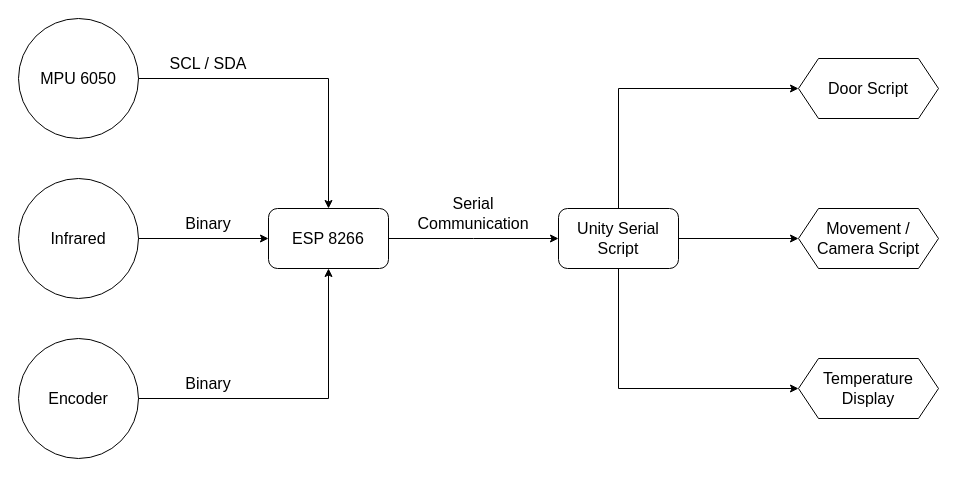
Before: Robotic_Sensors.drawio in frangonzalez98/hello-world, a draw.io diagram. Source tidied: cells renumbered, new cells numbered last; positions are measured from the earlier drawing's top-left corner, leaving out a move shared by most shapes. Both pictures are drawn from the tidied source at 100%, with x=0, y=0 at pixel (18, 18).
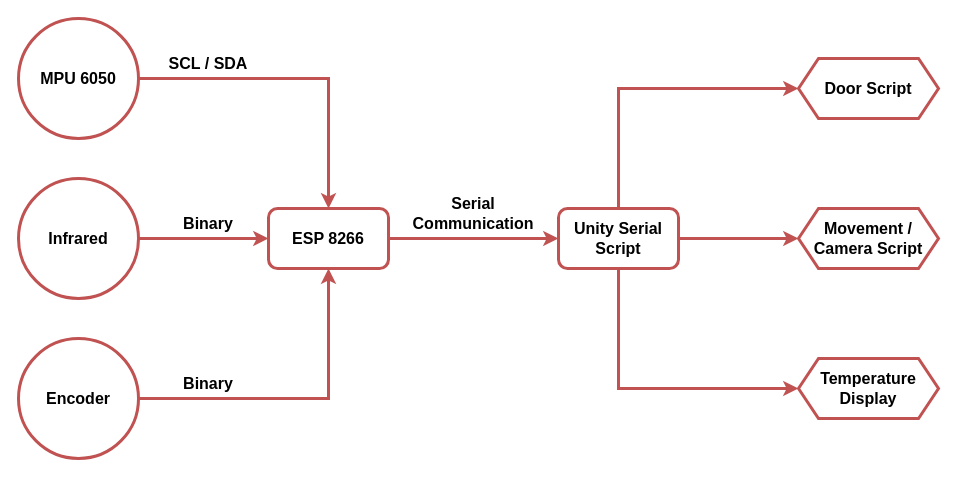
After the change.

What changed in the source:
```diff
@@
-    <mxCell id="2" style="edgeStyle=orthogonalEdgeStyle;rounded=0;jettySize=auto;html=1;entryX=0.5;entryY=0;entryDx=0;entryDy=0;fontSize=16;" parent="1" edge="1" source="3" target="9">
+    <mxCell id="2" style="edgeStyle=orthogonalEdgeStyle;rounded=0;jettySize=auto;html=1;entryX=0.5;entryY=0;entryDx=0;entryDy=0;fontSize=16;strokeWidth=3;strokeColor=#C15252;fontStyle=1;" parent="1" edge="1" source="3" target="9">
       <mxGeometry relative="1" as="geometry" />
     </mxCell>
-    <mxCell id="3" value="MPU 6050" style="ellipse;whiteSpace=wrap;html=1;fillColor=none;fontSize=16;" parent="1" vertex="1">
+    <mxCell id="3" value="MPU 6050" style="ellipse;whiteSpace=wrap;html=1;fillColor=none;fontSize=16;gradientColor=default;strokeWidth=3;strokeColor=#C15252;fontStyle=1;" parent="1" vertex="1">
       <mxGeometry width="120" height="120" as="geometry" />
     </mxCell>
-    <mxCell id="4" style="edgeStyle=orthogonalEdgeStyle;rounded=0;jettySize=auto;html=1;exitX=1;exitY=0.5;exitDx=0;exitDy=0;entryX=0;entryY=0.5;entryDx=0;entryDy=0;fontSize=16;" parent="1" edge="1" source="5" target="9">
+    <mxCell id="4" style="edgeStyle=orthogonalEdgeStyle;rounded=0;jettySize=auto;html=1;exitX=1;exitY=0.5;exitDx=0;exitDy=0;entryX=0;entryY=0.5;entryDx=0;entryDy=0;fontSize=16;strokeWidth=3;strokeColor=#C15252;fontStyle=1;" parent="1" edge="1" source="5" target="9">
       <mxGeometry relative="1" as="geometry" />
     </mxCell>
-    <mxCell id="5" value="Infrared" style="ellipse;whiteSpace=wrap;html=1;fillColor=none;fontSize=16;" parent="1" vertex="1">
+    <mxCell id="5" value="Infrared" style="ellipse;whiteSpace=wrap;html=1;fillColor=none;fontSize=16;strokeWidth=3;strokeColor=#C15252;fontStyle=1;" parent="1" vertex="1">
       <mxGeometry y="160" width="120" height="120" as="geometry" />
     </mxCell>
-    <mxCell id="6" style="edgeStyle=orthogonalEdgeStyle;rounded=0;jettySize=auto;html=1;exitX=1;exitY=0.5;exitDx=0;exitDy=0;entryX=0.5;entryY=1;entryDx=0;entryDy=0;fontSize=16;" parent="1" edge="1" source="7" target="9">
+    <mxCell id="6" style="edgeStyle=orthogonalEdgeStyle;rounded=0;jettySize=auto;html=1;exitX=1;exitY=0.5;exitDx=0;exitDy=0;entryX=0.5;entryY=1;entryDx=0;entryDy=0;fontSize=16;strokeWidth=3;strokeColor=#C15252;fontStyle=1;" parent="1" edge="1" source="7" target="9">
       <mxGeometry relative="1" as="geometry" />
     </mxCell>
-    <mxCell id="7" value="Encoder" style="ellipse;whiteSpace=wrap;html=1;fillColor=none;fontSize=16;" parent="1" vertex="1">
+    <mxCell id="7" value="Encoder" style="ellipse;whiteSpace=wrap;html=1;fillColor=none;fontSize=16;strokeWidth=3;strokeColor=#C15252;fontStyle=1;" parent="1" vertex="1">
       <mxGeometry y="320" width="120" height="120" as="geometry" />
     </mxCell>
-    <mxCell id="8" style="edgeStyle=orthogonalEdgeStyle;rounded=0;jettySize=auto;html=1;exitX=1;exitY=0.5;exitDx=0;exitDy=0;fontSize=16;" parent="1" edge="1" source="9">
+    <mxCell id="8" style="edgeStyle=orthogonalEdgeStyle;rounded=0;jettySize=auto;html=1;exitX=1;exitY=0.5;exitDx=0;exitDy=0;fontSize=16;strokeWidth=3;strokeColor=#C15252;fontStyle=1;" parent="1" edge="1" source="9">
       <mxGeometry relative="1" as="geometry">
         <mxPoint x="540" y="220" as="targetPoint" />
       </mxGeometry>
     </mxCell>
-    <mxCell id="9" value="&lt;div&gt;ESP 8266&lt;/div&gt;" style="rounded=1;whiteSpace=wrap;html=1;fillColor=none;fontSize=16;" parent="1" vertex="1">
+    <mxCell id="9" value="&lt;div&gt;ESP 8266&lt;/div&gt;" style="rounded=1;whiteSpace=wrap;html=1;fillColor=none;fontSize=16;strokeWidth=3;strokeColor=#C15252;fontStyle=1;" parent="1" vertex="1">
       <mxGeometry x="250" y="190" width="120" height="60" as="geometry" />
     </mxCell>
-    <mxCell id="10" value="SCL / SDA" style="text;html=1;align=center;verticalAlign=middle;whiteSpace=wrap;rounded=0;fontSize=16;" parent="1" vertex="1">
+    <mxCell id="10" value="SCL / SDA" style="text;html=1;align=center;verticalAlign=middle;whiteSpace=wrap;rounded=0;fontSize=16;strokeWidth=3;strokeColor=none;fontStyle=1;" parent="1" vertex="1">
       <mxGeometry x="135" y="30" width="110" height="30" as="geometry" />
     </mxCell>
-    <mxCell id="11" value="Binary" style="text;html=1;align=center;verticalAlign=middle;whiteSpace=wrap;rounded=0;fontSize=16;" parent="1" vertex="1">
+    <mxCell id="11" value="Binary" style="text;html=1;align=center;verticalAlign=middle;whiteSpace=wrap;rounded=0;fontSize=16;strokeWidth=3;strokeColor=none;fontStyle=1;" parent="1" vertex="1">
       <mxGeometry x="160" y="190" width="60" height="30" as="geometry" />
     </mxCell>
-    <mxCell id="12" value="Binary" style="text;html=1;align=center;verticalAlign=middle;whiteSpace=wrap;rounded=0;fontSize=16;" parent="1" vertex="1">
+    <mxCell id="12" value="Binary" style="text;html=1;align=center;verticalAlign=middle;whiteSpace=wrap;rounded=0;fontSize=16;strokeWidth=3;strokeColor=none;fontStyle=1;" parent="1" vertex="1">
       <mxGeometry x="160" y="350" width="60" height="30" as="geometry" />
     </mxCell>
-    <mxCell id="13" value="Serial Communication" style="text;html=1;align=center;verticalAlign=middle;whiteSpace=wrap;rounded=0;fontSize=16;" parent="1" vertex="1">
+    <mxCell id="13" value="Serial Communication" style="text;html=1;align=center;verticalAlign=middle;whiteSpace=wrap;rounded=0;fontSize=16;strokeWidth=3;strokeColor=none;fontStyle=1;" parent="1" vertex="1">
       <mxGeometry x="390" y="170" width="130" height="50" as="geometry" />
     </mxCell>
-    <mxCell id="14" style="edgeStyle=orthogonalEdgeStyle;rounded=0;jettySize=auto;html=1;exitX=0.5;exitY=0;exitDx=0;exitDy=0;entryX=0;entryY=0.5;entryDx=0;entryDy=0;fontSize=16;" parent="1" edge="1" source="17" target="18">
+    <mxCell id="14" style="edgeStyle=orthogonalEdgeStyle;rounded=0;jettySize=auto;html=1;exitX=0.5;exitY=0;exitDx=0;exitDy=0;entryX=0;entryY=0.5;entryDx=0;entryDy=0;fontSize=16;strokeWidth=3;strokeColor=#C15252;fontStyle=1;" parent="1" edge="1" source="17" target="18">
       <mxGeometry relative="1" as="geometry" />
     </mxCell>
-    <mxCell id="15" style="edgeStyle=orthogonalEdgeStyle;rounded=0;jettySize=auto;html=1;exitX=1;exitY=0.5;exitDx=0;exitDy=0;entryX=0;entryY=0.5;entryDx=0;entryDy=0;fontSize=16;" parent="1" edge="1" source="17" target="19">
+    <mxCell id="15" style="edgeStyle=orthogonalEdgeStyle;rounded=0;jettySize=auto;html=1;exitX=1;exitY=0.5;exitDx=0;exitDy=0;entryX=0;entryY=0.5;entryDx=0;entryDy=0;fontSize=16;strokeWidth=3;strokeColor=#C15252;fontStyle=1;" parent="1" edge="1" source="17" target="19">
       <mxGeometry relative="1" as="geometry" />
     </mxCell>
-    <mxCell id="16" style="edgeStyle=orthogonalEdgeStyle;rounded=0;jettySize=auto;html=1;exitX=0.5;exitY=1;exitDx=0;exitDy=0;entryX=0;entryY=0.5;entryDx=0;entryDy=0;fontSize=16;" parent="1" edge="1" source="17" target="20">
+    <mxCell id="16" style="edgeStyle=orthogonalEdgeStyle;rounded=0;jettySize=auto;html=1;exitX=0.5;exitY=1;exitDx=0;exitDy=0;entryX=0;entryY=0.5;entryDx=0;entryDy=0;fontSize=16;strokeWidth=3;strokeColor=#C15252;fontStyle=1;" parent="1" edge="1" source="17" target="20">
       <mxGeometry relative="1" as="geometry" />
     </mxCell>
-    <mxCell id="17" value="Unity Serial Script" style="rounded=1;whiteSpace=wrap;html=1;fillColor=none;fontSize=16;" parent="1" vertex="1">
+    <mxCell id="17" value="Unity Serial Script" style="rounded=1;whiteSpace=wrap;html=1;fillColor=none;fontSize=16;strokeWidth=3;strokeColor=#C15252;fontStyle=1;" parent="1" vertex="1">
       <mxGeometry x="540" y="190" width="120" height="60" as="geometry" />
     </mxCell>
-    <mxCell id="18" value="Door Script" style="shape=hexagon;perimeter=hexagonPerimeter2;whiteSpace=wrap;html=1;fixedSize=1;fillColor=none;fontSize=16;" parent="1" vertex="1">
+    <mxCell id="18" value="Door Script" style="shape=hexagon;perimeter=hexagonPerimeter2;whiteSpace=wrap;html=1;fixedSize=1;fillColor=none;fontSize=16;strokeWidth=3;strokeColor=#C15252;fontStyle=1;" parent="1" vertex="1">
       <mxGeometry x="780" y="40" width="140" height="60" as="geometry" />
     </mxCell>
-    <mxCell id="19" value="Movement / Camera Script" style="shape=hexagon;perimeter=hexagonPerimeter2;whiteSpace=wrap;html=1;fixedSize=1;fillColor=none;fontSize=16;" parent="1" vertex="1">
+    <mxCell id="19" value="Movement / Camera Script" style="shape=hexagon;perimeter=hexagonPerimeter2;whiteSpace=wrap;html=1;fixedSize=1;fillColor=none;fontSize=16;strokeWidth=3;strokeColor=#C15252;fontStyle=1;" parent="1" vertex="1">
       <mxGeometry x="780" y="190" width="140" height="60" as="geometry" />
     </mxCell>
-    <mxCell id="20" value="&lt;div&gt;Temperature Display&lt;/div&gt;" style="shape=hexagon;perimeter=hexagonPerimeter2;whiteSpace=wrap;html=1;fixedSize=1;fillColor=none;fontSize=16;" parent="1" vertex="1">
+    <mxCell id="20" value="&lt;div&gt;Temperature Display&lt;/div&gt;" style="shape=hexagon;perimeter=hexagonPerimeter2;whiteSpace=wrap;html=1;fixedSize=1;fillColor=none;fontSize=16;strokeWidth=3;strokeColor=#C15252;fontStyle=1;" parent="1" vertex="1">
       <mxGeometry x="780" y="340" width="140" height="60" as="geometry" />
     </mxCell>
```
